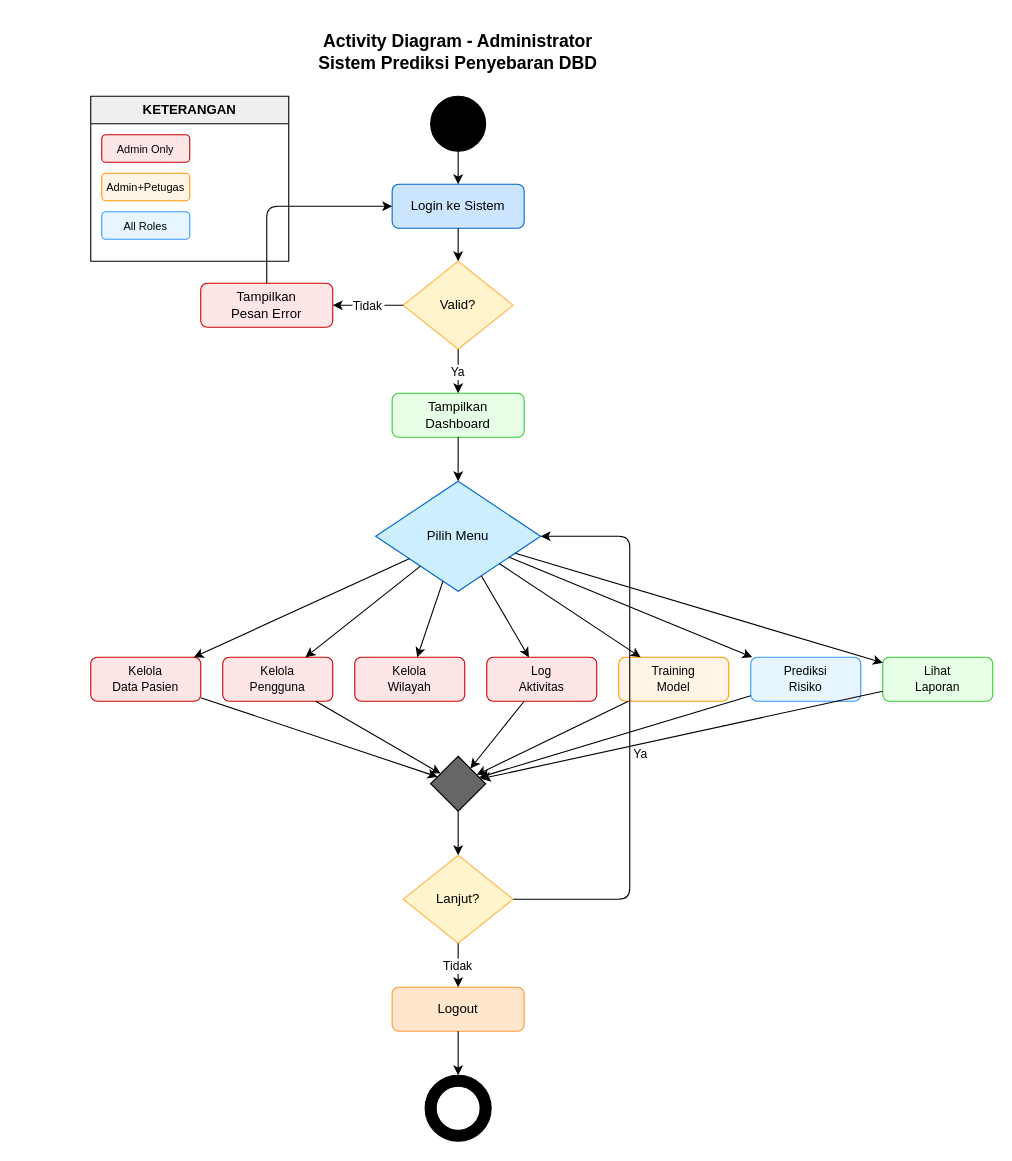
The draw.io diagram Dokumen/UML/activity_diagram_admin.drawio in Suwardi87/prediksi-DBD, before the edit. Source tidied: cells renumbered, new cells numbered last; positions are measured from the earlier drawing's top-left corner, leaving out a move shared by most shapes. Both pictures are drawn from the tidied source at 110%, with x=0, y=0 at pixel (90, 30).
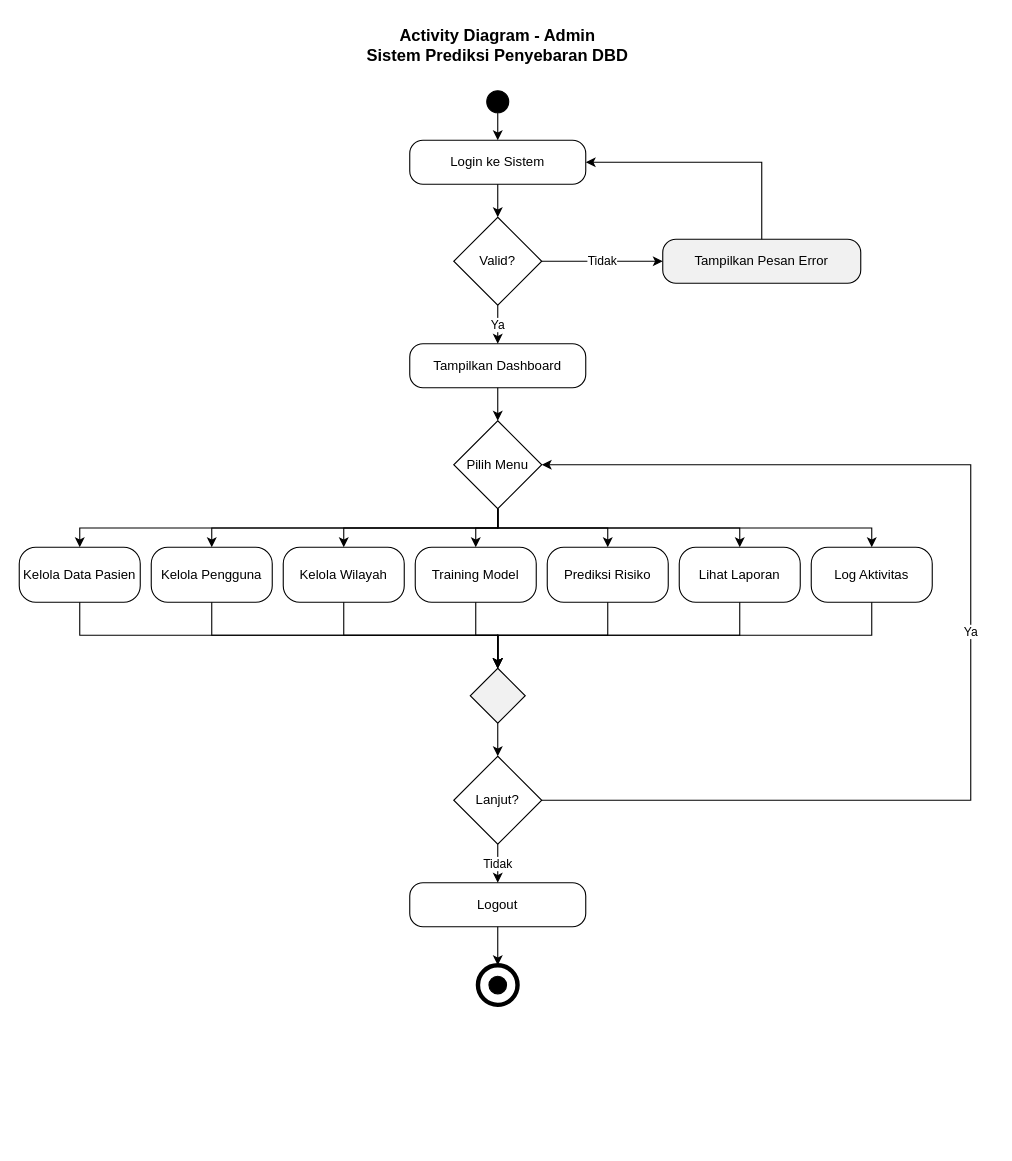
The same diagram, later.

The edit, as a diff of the source:
```diff
@@
-    <mxCell id="2" value="Activity Diagram - Administrator&#10;Sistem Prediksi Penyebaran DBD" style="text;html=1;strokeColor=none;fillColor=none;align=center;verticalAlign=middle;whiteSpace=wrap;rounded=0;fontSize=16;fontStyle=1;" parent="1" vertex="1">
-      <mxGeometry x="134" width="400" height="40" as="geometry" />
-    </mxCell>
-    <mxCell id="3" style="ellipse;whiteSpace=wrap;html=1;fillColor=#000000;" parent="1" vertex="1">
-      <mxGeometry x="309" y="60" width="50" height="50" as="geometry" />
-    </mxCell>
+    <mxCell id="48" value="Activity Diagram - Admin&lt;br&gt;Sistem Prediksi Penyebaran DBD" style="text;html=1;strokeColor=none;fillColor=none;align=center;verticalAlign=middle;whiteSpace=wrap;rounded=0;fontColor=#000000;fontSize=15;fontStyle=1;" parent="1" vertex="1">
+      <mxGeometry x="70" y="-10" width="600" height="45" as="geometry" />
+    </mxCell>
+    <mxCell id="49" style="ellipse;whiteSpace=wrap;html=1;fillColor=#000000;strokeColor=#000000;" parent="1" vertex="1">
+      <mxGeometry x="360" y="55" width="20" height="20" as="geometry" />
+    </mxCell>
-    <mxCell id="4" value="Login ke Sistem" style="rounded=1;whiteSpace=wrap;html=1;fontSize=12;fillColor=#CCE5FF;strokeColor=#0066CC;" parent="1" vertex="1">
-      <mxGeometry x="274" y="140" width="120" height="40" as="geometry" />
+    <mxCell id="4" value="Login ke Sistem" style="rounded=1;whiteSpace=wrap;html=1;arcSize=30;fillColor=#FFFFFF;strokeColor=#000000;fontColor=#000000;" parent="1" vertex="1">
+      <mxGeometry x="290" y="100" width="160" height="40" as="geometry" />
     </mxCell>
-    <mxCell id="5" parent="1" edge="1" source="3" target="4">
-      <mxGeometry relative="1" as="geometry" />
-    </mxCell>
-    <mxCell id="6" value="Valid?" style="rhombus;whiteSpace=wrap;html=1;fillColor=#FFF4CC;strokeColor=#FFB84D;" parent="1" vertex="1">
-      <mxGeometry x="284" y="210" width="100" height="80" as="geometry" />
+    <mxCell id="6" value="Valid?" style="rhombus;whiteSpace=wrap;html=1;fillColor=#FFFFFF;strokeColor=#000000;fontColor=#000000;" parent="1" vertex="1">
+      <mxGeometry x="330" y="170" width="80" height="80" as="geometry" />
     </mxCell>
+    <mxCell id="8" value="Tampilkan Pesan Error" style="rounded=1;whiteSpace=wrap;html=1;arcSize=30;fillColor=#F1F1F1;strokeColor=#000000;fontColor=#000000;" parent="1" vertex="1">
+      <mxGeometry x="520" y="190" width="180" height="40" as="geometry" />
+    </mxCell>
+    <mxCell id="11" value="Tampilkan Dashboard" style="rounded=1;whiteSpace=wrap;html=1;arcSize=30;fillColor=#FFFFFF;strokeColor=#000000;fontColor=#000000;" parent="1" vertex="1">
+      <mxGeometry x="290" y="285" width="160" height="40" as="geometry" />
+    </mxCell>
+    <mxCell id="13" value="Pilih Menu" style="rhombus;whiteSpace=wrap;html=1;fillColor=#FFFFFF;strokeColor=#000000;fontColor=#000000;" parent="1" vertex="1">
+      <mxGeometry x="330" y="355" width="80" height="80" as="geometry" />
+    </mxCell>
+    <mxCell id="15" value="Kelola Data Pasien" style="rounded=1;whiteSpace=wrap;html=1;arcSize=30;fillColor=#FFFFFF;strokeColor=#000000;fontColor=#000000;" parent="1" vertex="1">
+      <mxGeometry x="-65" y="470" width="110" height="50" as="geometry" />
+    </mxCell>
+    <mxCell id="17" value="Kelola Pengguna" style="rounded=1;whiteSpace=wrap;html=1;arcSize=30;fillColor=#FFFFFF;strokeColor=#000000;fontColor=#000000;" parent="1" vertex="1">
+      <mxGeometry x="55" y="470" width="110" height="50" as="geometry" />
+    </mxCell>
+    <mxCell id="19" value="Kelola Wilayah" style="rounded=1;whiteSpace=wrap;html=1;arcSize=30;fillColor=#FFFFFF;strokeColor=#000000;fontColor=#000000;" parent="1" vertex="1">
+      <mxGeometry x="175" y="470" width="110" height="50" as="geometry" />
+    </mxCell>
+    <mxCell id="23" value="Training Model" style="rounded=1;whiteSpace=wrap;html=1;arcSize=30;fillColor=#FFFFFF;strokeColor=#000000;fontColor=#000000;" parent="1" vertex="1">
+      <mxGeometry x="295" y="470" width="110" height="50" as="geometry" />
+    </mxCell>
+    <mxCell id="25" value="Prediksi Risiko" style="rounded=1;whiteSpace=wrap;html=1;arcSize=30;fillColor=#FFFFFF;strokeColor=#000000;fontColor=#000000;" parent="1" vertex="1">
+      <mxGeometry x="415" y="470" width="110" height="50" as="geometry" />
+    </mxCell>
+    <mxCell id="27" value="Lihat Laporan" style="rounded=1;whiteSpace=wrap;html=1;arcSize=30;fillColor=#FFFFFF;strokeColor=#000000;fontColor=#000000;" parent="1" vertex="1">
+      <mxGeometry x="535" y="470" width="110" height="50" as="geometry" />
+    </mxCell>
+    <mxCell id="21" value="Log Aktivitas" style="rounded=1;whiteSpace=wrap;html=1;arcSize=30;fillColor=#FFFFFF;strokeColor=#000000;fontColor=#000000;" parent="1" vertex="1">
+      <mxGeometry x="655" y="470" width="110" height="50" as="geometry" />
+    </mxCell>
+    <mxCell id="50" style="rhombus;whiteSpace=wrap;html=1;fillColor=#F1F1F1;strokeColor=#000000;" parent="1" vertex="1">
+      <mxGeometry x="345" y="580" width="50" height="50" as="geometry" />
+    </mxCell>
+    <mxCell id="36" value="Lanjut?" style="rhombus;whiteSpace=wrap;html=1;fillColor=#FFFFFF;strokeColor=#000000;fontColor=#000000;" parent="1" vertex="1">
+      <mxGeometry x="330" y="660" width="80" height="80" as="geometry" />
+    </mxCell>
+    <mxCell id="39" value="Logout" style="rounded=1;whiteSpace=wrap;html=1;arcSize=30;fillColor=#FFFFFF;strokeColor=#000000;fontColor=#000000;" parent="1" vertex="1">
+      <mxGeometry x="290" y="775" width="160" height="40" as="geometry" />
+    </mxCell>
+    <mxCell id="51" style="ellipse;whiteSpace=wrap;html=1;fillColor=#FFFFFF;strokeColor=#000000;strokeWidth=4;" parent="1" vertex="1">
+      <mxGeometry x="352" y="850" width="36" height="36" as="geometry" />
+    </mxCell>
+    <mxCell id="52" style="ellipse;whiteSpace=wrap;html=1;fillColor=#000000;strokeColor=#000000;" parent="1" vertex="1">
+      <mxGeometry x="362" y="860" width="16" height="16" as="geometry" />
+    </mxCell>
+    <mxCell id="53" style="edgeStyle=orthogonalEdgeStyle;rounded=0;html=1;strokeColor=#000000;endArrow=classic;exitX=0.5;exitY=1;exitDx=0;exitDy=0;entryX=0.5;entryY=0;entryDx=0;entryDy=0;" parent="1" edge="1" source="49" target="4">
+      <mxGeometry relative="1" as="geometry" />
+    </mxCell>
-    <mxCell id="7" parent="1" edge="1" source="4" target="6">
+    <mxCell id="7" style="edgeStyle=orthogonalEdgeStyle;rounded=0;html=1;strokeColor=#000000;endArrow=classic;exitX=0.5;exitY=1;exitDx=0;exitDy=0;entryX=0.5;entryY=0;entryDx=0;entryDy=0;" parent="1" edge="1" source="4" target="6">
       <mxGeometry relative="1" as="geometry" />
     </mxCell>
-    <mxCell id="8" value="Tampilkan&#10;Pesan Error" style="rounded=1;whiteSpace=wrap;html=1;fontSize=12;fillColor=#FFE6E6;strokeColor=#CC0000;" parent="1" vertex="1">
-      <mxGeometry x="100" y="230" width="120" height="40" as="geometry" />
-    </mxCell>
-    <mxCell id="9" value="Tidak" parent="1" edge="1" source="6" target="8">
+    <mxCell id="9" value="Tidak" style="edgeStyle=orthogonalEdgeStyle;rounded=0;html=1;strokeColor=#000000;fontColor=#000000;endArrow=classic;exitX=1;exitY=0.5;exitDx=0;exitDy=0;entryX=0;entryY=0.5;entryDx=0;entryDy=0;" parent="1" edge="1" source="6" target="8">
       <mxGeometry relative="1" as="geometry" />
     </mxCell>
-    <mxCell id="10" parent="1" edge="1" source="8" target="4">
-      <mxGeometry relative="1" as="geometry">
-        <Array as="points">
-          <mxPoint x="160" y="160" />
-        </Array>
-      </mxGeometry>
+    <mxCell id="10" style="edgeStyle=orthogonalEdgeStyle;rounded=0;html=1;strokeColor=#000000;endArrow=classic;exitX=0.5;exitY=0;exitDx=0;exitDy=0;entryX=1;entryY=0.5;entryDx=0;entryDy=0;" parent="1" edge="1" source="8" target="4">
+      <mxGeometry relative="1" as="geometry" />
     </mxCell>
-    <mxCell id="11" value="Tampilkan&#10;Dashboard" style="rounded=1;whiteSpace=wrap;html=1;fontSize=12;fillColor=#E6FFE6;strokeColor=#33CC33;" parent="1" vertex="1">
-      <mxGeometry x="274" y="330" width="120" height="40" as="geometry" />
-    </mxCell>
-    <mxCell id="12" value="Ya" parent="1" edge="1" source="6" target="11">
+    <mxCell id="12" value="Ya" style="edgeStyle=orthogonalEdgeStyle;rounded=0;html=1;strokeColor=#000000;fontColor=#000000;endArrow=classic;exitX=0.5;exitY=1;exitDx=0;exitDy=0;entryX=0.5;entryY=0;entryDx=0;entryDy=0;" parent="1" edge="1" source="6" target="11">
       <mxGeometry relative="1" as="geometry" />
     </mxCell>
-    <mxCell id="13" value="Pilih Menu" style="rhombus;whiteSpace=wrap;html=1;fillColor=#CCEEFF;strokeColor=#0066CC;" parent="1" vertex="1">
-      <mxGeometry x="259" y="410" width="150" height="100" as="geometry" />
-    </mxCell>
-    <mxCell id="14" parent="1" edge="1" source="11" target="13">
+    <mxCell id="14" style="edgeStyle=orthogonalEdgeStyle;rounded=0;html=1;strokeColor=#000000;endArrow=classic;exitX=0.5;exitY=1;exitDx=0;exitDy=0;entryX=0.5;entryY=0;entryDx=0;entryDy=0;" parent="1" edge="1" source="11" target="13">
       <mxGeometry relative="1" as="geometry" />
     </mxCell>
-    <mxCell id="15" value="Kelola&#10;Data Pasien" style="rounded=1;whiteSpace=wrap;html=1;fontSize=11;fillColor=#FFE6E6;strokeColor=#CC0000;" parent="1" vertex="1">
-      <mxGeometry y="570" width="100" height="40" as="geometry" />
-    </mxCell>
-    <mxCell id="16" parent="1" edge="1" source="13" target="15">
+    <mxCell id="16" style="edgeStyle=orthogonalEdgeStyle;rounded=0;html=1;strokeColor=#000000;endArrow=classic;exitX=0.5;exitY=1;exitDx=0;exitDy=0;entryX=0.5;entryY=0;entryDx=0;entryDy=0;" parent="1" edge="1" source="13" target="15">
       <mxGeometry relative="1" as="geometry" />
     </mxCell>
-    <mxCell id="17" value="Kelola&#10;Pengguna" style="rounded=1;whiteSpace=wrap;html=1;fontSize=11;fillColor=#FFE6E6;strokeColor=#CC0000;" parent="1" vertex="1">
-      <mxGeometry x="120" y="570" width="100" height="40" as="geometry" />
-    </mxCell>
-    <mxCell id="18" parent="1" edge="1" source="13" target="17">
+    <mxCell id="18" style="edgeStyle=orthogonalEdgeStyle;rounded=0;html=1;strokeColor=#000000;endArrow=classic;exitX=0.5;exitY=1;exitDx=0;exitDy=0;entryX=0.5;entryY=0;entryDx=0;entryDy=0;" parent="1" edge="1" source="13" target="17">
       <mxGeometry relative="1" as="geometry" />
     </mxCell>
-    <mxCell id="19" value="Kelola&#10;Wilayah" style="rounded=1;whiteSpace=wrap;html=1;fontSize=11;fillColor=#FFE6E6;strokeColor=#CC0000;" parent="1" vertex="1">
-      <mxGeometry x="240" y="570" width="100" height="40" as="geometry" />
-    </mxCell>
-    <mxCell id="20" parent="1" edge="1" source="13" target="19">
+    <mxCell id="20" style="edgeStyle=orthogonalEdgeStyle;rounded=0;html=1;strokeColor=#000000;endArrow=classic;exitX=0.5;exitY=1;exitDx=0;exitDy=0;entryX=0.5;entryY=0;entryDx=0;entryDy=0;" parent="1" edge="1" source="13" target="19">
       <mxGeometry relative="1" as="geometry" />
     </mxCell>
-    <mxCell id="21" value="Log&#10;Aktivitas" style="rounded=1;whiteSpace=wrap;html=1;fontSize=11;fillColor=#FFE6E6;strokeColor=#CC0000;" parent="1" vertex="1">
-      <mxGeometry x="360" y="570" width="100" height="40" as="geometry" />
-    </mxCell>
+    <mxCell id="24" style="edgeStyle=orthogonalEdgeStyle;rounded=0;html=1;strokeColor=#000000;endArrow=classic;exitX=0.5;exitY=1;exitDx=0;exitDy=0;entryX=0.5;entryY=0;entryDx=0;entryDy=0;" parent="1" edge="1" source="13" target="23">
+      <mxGeometry relative="1" as="geometry" />
+    </mxCell>
+    <mxCell id="26" style="edgeStyle=orthogonalEdgeStyle;rounded=0;html=1;strokeColor=#000000;endArrow=classic;exitX=0.5;exitY=1;exitDx=0;exitDy=0;entryX=0.5;entryY=0;entryDx=0;entryDy=0;" parent="1" edge="1" source="13" target="25">
+      <mxGeometry relative="1" as="geometry" />
+    </mxCell>
+    <mxCell id="28" style="edgeStyle=orthogonalEdgeStyle;rounded=0;html=1;strokeColor=#000000;endArrow=classic;exitX=0.5;exitY=1;exitDx=0;exitDy=0;entryX=0.5;entryY=0;entryDx=0;entryDy=0;" parent="1" edge="1" source="13" target="27">
+      <mxGeometry relative="1" as="geometry" />
+    </mxCell>
-    <mxCell id="22" parent="1" edge="1" source="13" target="21">
+    <mxCell id="22" style="edgeStyle=orthogonalEdgeStyle;rounded=0;html=1;strokeColor=#000000;endArrow=classic;exitX=0.5;exitY=1;exitDx=0;exitDy=0;entryX=0.5;entryY=0;entryDx=0;entryDy=0;" parent="1" edge="1" source="13" target="21">
       <mxGeometry relative="1" as="geometry" />
     </mxCell>
-    <mxCell id="23" value="Training&#10;Model" style="rounded=1;whiteSpace=wrap;html=1;fontSize=11;fillColor=#FFF4E6;strokeColor=#FF9900;" parent="1" vertex="1">
-      <mxGeometry x="480" y="570" width="100" height="40" as="geometry" />
-    </mxCell>
-    <mxCell id="24" parent="1" edge="1" source="13" target="23">
-      <mxGeometry relative="1" as="geometry" />
-    </mxCell>
-    <mxCell id="25" value="Prediksi&#10;Risiko" style="rounded=1;whiteSpace=wrap;html=1;fontSize=11;fillColor=#E6F5FF;strokeColor=#3399FF;" parent="1" vertex="1">
-      <mxGeometry x="600" y="570" width="100" height="40" as="geometry" />
-    </mxCell>
-    <mxCell id="26" parent="1" edge="1" source="13" target="25">
-      <mxGeometry relative="1" as="geometry" />
-    </mxCell>
-    <mxCell id="27" value="Lihat&#10;Laporan" style="rounded=1;whiteSpace=wrap;html=1;fontSize=11;fillColor=#E6FFE6;strokeColor=#33CC33;" parent="1" vertex="1">
-      <mxGeometry x="720" y="570" width="100" height="40" as="geometry" />
-    </mxCell>
-    <mxCell id="28" parent="1" edge="1" source="13" target="27">
-      <mxGeometry relative="1" as="geometry" />
-    </mxCell>
-    <mxCell id="29" style="rhombus;whiteSpace=wrap;html=1;fillColor=#666666;" parent="1" vertex="1">
-      <mxGeometry x="309" y="660" width="50" height="50" as="geometry" />
-    </mxCell>
-    <mxCell id="30" parent="1" edge="1" source="15" target="29">
-      <mxGeometry relative="1" as="geometry" />
-    </mxCell>
-    <mxCell id="31" parent="1" edge="1" source="17" target="29">
-      <mxGeometry relative="1" as="geometry" />
-    </mxCell>
-    <mxCell id="32" parent="1" edge="1" source="21" target="29">
-      <mxGeometry relative="1" as="geometry" />
-    </mxCell>
-    <mxCell id="33" parent="1" edge="1" source="23" target="29">
-      <mxGeometry relative="1" as="geometry" />
-    </mxCell>
-    <mxCell id="34" parent="1" edge="1" source="25" target="29">
-      <mxGeometry relative="1" as="geometry" />
-    </mxCell>
-    <mxCell id="35" parent="1" edge="1" source="27" target="29">
-      <mxGeometry relative="1" as="geometry" />
-    </mxCell>
-    <mxCell id="36" value="Lanjut?" style="rhombus;whiteSpace=wrap;html=1;fillColor=#FFF4CC;strokeColor=#FFB84D;" parent="1" vertex="1">
-      <mxGeometry x="284" y="750" width="100" height="80" as="geometry" />
-    </mxCell>
-    <mxCell id="37" parent="1" edge="1" source="29" target="36">
-      <mxGeometry relative="1" as="geometry" />
-    </mxCell>
+    <mxCell id="54" style="edgeStyle=orthogonalEdgeStyle;rounded=0;html=1;strokeColor=#000000;endArrow=classic;exitX=0.5;exitY=1;exitDx=0;exitDy=0;entryX=0.5;entryY=0;entryDx=0;entryDy=0;" parent="1" edge="1" source="15" target="50">
+      <mxGeometry relative="1" as="geometry" />
+    </mxCell>
+    <mxCell id="55" style="edgeStyle=orthogonalEdgeStyle;rounded=0;html=1;strokeColor=#000000;endArrow=classic;exitX=0.5;exitY=1;exitDx=0;exitDy=0;entryX=0.5;entryY=0;entryDx=0;entryDy=0;" parent="1" edge="1" source="17" target="50">
+      <mxGeometry relative="1" as="geometry" />
+    </mxCell>
+    <mxCell id="56" style="edgeStyle=orthogonalEdgeStyle;rounded=0;html=1;strokeColor=#000000;endArrow=classic;exitX=0.5;exitY=1;exitDx=0;exitDy=0;entryX=0.5;entryY=0;entryDx=0;entryDy=0;" parent="1" edge="1" source="19" target="50">
+      <mxGeometry relative="1" as="geometry" />
+    </mxCell>
+    <mxCell id="57" style="edgeStyle=orthogonalEdgeStyle;rounded=0;html=1;strokeColor=#000000;endArrow=classic;exitX=0.5;exitY=1;exitDx=0;exitDy=0;entryX=0.5;entryY=0;entryDx=0;entryDy=0;" parent="1" edge="1" source="23" target="50">
+      <mxGeometry relative="1" as="geometry" />
+    </mxCell>
+    <mxCell id="58" style="edgeStyle=orthogonalEdgeStyle;rounded=0;html=1;strokeColor=#000000;endArrow=classic;exitX=0.5;exitY=1;exitDx=0;exitDy=0;entryX=0.5;entryY=0;entryDx=0;entryDy=0;" parent="1" edge="1" source="25" target="50">
+      <mxGeometry relative="1" as="geometry" />
+    </mxCell>
+    <mxCell id="59" style="edgeStyle=orthogonalEdgeStyle;rounded=0;html=1;strokeColor=#000000;endArrow=classic;exitX=0.5;exitY=1;exitDx=0;exitDy=0;entryX=0.5;entryY=0;entryDx=0;entryDy=0;" parent="1" edge="1" source="27" target="50">
+      <mxGeometry relative="1" as="geometry" />
+    </mxCell>
+    <mxCell id="60" style="edgeStyle=orthogonalEdgeStyle;rounded=0;html=1;strokeColor=#000000;endArrow=classic;exitX=0.5;exitY=1;exitDx=0;exitDy=0;entryX=0.5;entryY=0;entryDx=0;entryDy=0;" parent="1" edge="1" source="21" target="50">
+      <mxGeometry relative="1" as="geometry" />
+    </mxCell>
+    <mxCell id="61" style="edgeStyle=orthogonalEdgeStyle;rounded=0;html=1;strokeColor=#000000;endArrow=classic;exitX=0.5;exitY=1;exitDx=0;exitDy=0;entryX=0.5;entryY=0;entryDx=0;entryDy=0;" parent="1" edge="1" source="50" target="36">
+      <mxGeometry relative="1" as="geometry" />
+    </mxCell>
-    <mxCell id="38" value="Ya" parent="1" edge="1" source="36" target="13">
-      <mxGeometry x="-0.08" y="-10" relative="1" as="geometry">
+    <mxCell id="38" value="Ya" style="edgeStyle=orthogonalEdgeStyle;rounded=0;html=1;strokeColor=#000000;fontColor=#000000;endArrow=classic;exitX=1;exitY=0.5;exitDx=0;exitDy=0;entryX=1;entryY=0.5;entryDx=0;entryDy=0;" parent="1" edge="1" source="36" target="13">
+      <mxGeometry relative="1" as="geometry">
         <Array as="points">
-          <mxPoint x="490" y="790" />
-          <mxPoint x="490" y="460" />
+          <mxPoint x="800" y="700" />
+          <mxPoint x="800" y="395" />
         </Array>
       </mxGeometry>
     </mxCell>
-    <mxCell id="39" value="Logout" style="rounded=1;whiteSpace=wrap;html=1;fontSize=12;fillColor=#FFE6CC;strokeColor=#FF9933;" parent="1" vertex="1">
-      <mxGeometry x="274" y="870" width="120" height="40" as="geometry" />
-    </mxCell>
-    <mxCell id="40" value="Tidak" parent="1" edge="1" source="36" target="39">
+    <mxCell id="40" value="Tidak" style="edgeStyle=orthogonalEdgeStyle;rounded=0;html=1;strokeColor=#000000;fontColor=#000000;endArrow=classic;exitX=0.5;exitY=1;exitDx=0;exitDy=0;entryX=0.5;entryY=0;entryDx=0;entryDy=0;" parent="1" edge="1" source="36" target="39">
       <mxGeometry relative="1" as="geometry" />
     </mxCell>
-    <mxCell id="41" style="ellipse;whiteSpace=wrap;html=1;fillColor=#000000;" parent="1" vertex="1">
-      <mxGeometry x="304" y="950" width="60" height="60" as="geometry" />
-    </mxCell>
-    <mxCell id="42" style="ellipse;whiteSpace=wrap;html=1;fillColor=#FFFFFF;" parent="1" vertex="1">
-      <mxGeometry x="314" y="960" width="40" height="40" as="geometry" />
-    </mxCell>
-    <mxCell id="43" parent="1" edge="1" source="39" target="41">
-      <mxGeometry relative="1" as="geometry" />
-    </mxCell>
-    <mxCell id="44" value="KETERANGAN" style="swimlane;whiteSpace=wrap;html=1;startSize=25;fillColor=#EFEFEF;fontSize=12;fontStyle=1;" parent="1" vertex="1">
-      <mxGeometry y="60" width="180" height="150" as="geometry" />
-    </mxCell>
-    <mxCell id="45" value="Admin Only" style="rounded=1;whiteSpace=wrap;html=1;fillColor=#FFE6E6;strokeColor=#CC0000;fontSize=10;" parent="44" vertex="1">
-      <mxGeometry x="10" y="35" width="80" height="25" as="geometry" />
-    </mxCell>
-    <mxCell id="46" value="Admin+Petugas" style="rounded=1;whiteSpace=wrap;html=1;fillColor=#FFF4E6;strokeColor=#FF9900;fontSize=10;" parent="44" vertex="1">
-      <mxGeometry x="10" y="70" width="80" height="25" as="geometry" />
-    </mxCell>
-    <mxCell id="47" value="All Roles" style="rounded=1;whiteSpace=wrap;html=1;fillColor=#E6F5FF;strokeColor=#3399FF;fontSize=10;" parent="44" vertex="1">
-      <mxGeometry x="10" y="105" width="80" height="25" as="geometry" />
-    </mxCell>
+    <mxCell id="62" style="edgeStyle=orthogonalEdgeStyle;rounded=0;html=1;strokeColor=#000000;endArrow=classic;exitX=0.5;exitY=1;exitDx=0;exitDy=0;entryX=0.5;entryY=0;entryDx=0;entryDy=0;" parent="1" edge="1" source="39" target="51">
+      <mxGeometry relative="1" as="geometry" />
+    </mxCell>
```
